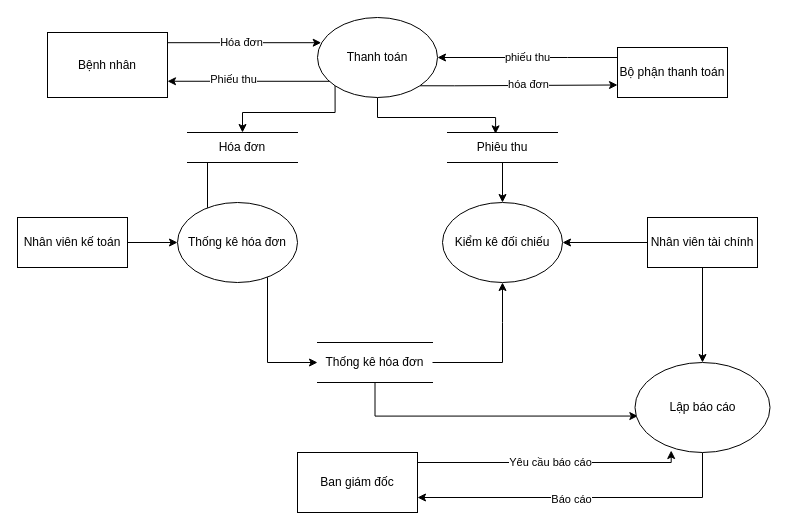
This is DuoiDinh_TaiChinhKeToan.drawio from Nhatran241/HTTT, a draw.io file, before an edit. Source tidied: cells renumbered, new cells numbered last; positions are measured from the earlier drawing's top-left corner, leaving out a move shared by most shapes. Both pictures are drawn from the tidied source at 100%, with x=0, y=0 at pixel (17, 17).
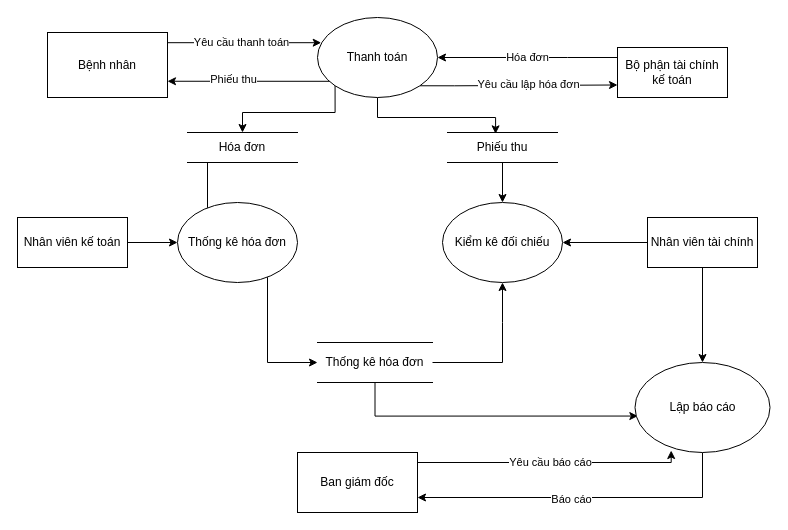
The same diagram, later.

Unchanged cells that the change refers to:
```xml
<mxCell id="3" value="Bệnh nhân" style="rounded=0;whiteSpace=wrap;html=1;" parent="1" vertex="1">
  <mxGeometry x="30" y="15" width="120" height="65" as="geometry" />
</mxCell>
<mxCell id="4" style="edgeStyle=orthogonalEdgeStyle;rounded=0;jettySize=auto;html=1;exitX=1;exitY=1;exitDx=0;exitDy=0;entryX=0;entryY=0.75;entryDx=0;entryDy=0;" parent="1" edge="1" source="10" target="12">
  <mxGeometry relative="1" as="geometry">
    <Array as="points">
      <mxPoint x="437" y="68" />
      <mxPoint x="518" y="68" />
    </Array>
  </mxGeometry>
</mxCell>
<mxCell id="10" value="Thanh toán" style="ellipse;whiteSpace=wrap;html=1;" parent="1" vertex="1">
  <mxGeometry x="300" width="120" height="80" as="geometry" />
</mxCell>
```

Change to the diagram source:
```diff
@@
-    <mxCell id="2" value="Hóa đơn" style="edgeStyle=orthogonalEdgeStyle;rounded=0;jettySize=auto;html=1;exitX=1;exitY=0.25;exitDx=0;exitDy=0;entryX=0.031;entryY=0.315;entryDx=0;entryDy=0;entryPerimeter=0;" parent="1" edge="1" source="3" target="10">
+    <mxCell id="2" value="Yêu cầu thanh toán" style="edgeStyle=orthogonalEdgeStyle;rounded=0;jettySize=auto;html=1;exitX=1;exitY=0.25;exitDx=0;exitDy=0;entryX=0.031;entryY=0.315;entryDx=0;entryDy=0;entryPerimeter=0;" parent="1" edge="1" source="3" target="10">
       <mxGeometry relative="1" as="geometry">
         <Array as="points">
           <mxPoint x="150" y="25" />
         </Array>
       </mxGeometry>
     </mxCell>
@@
-    <mxCell id="5" value="hóa đơn" style="edgeLabel;html=1;align=center;verticalAlign=middle;" parent="4" vertex="1">
+    <mxCell id="5" value="Yêu cầu lập hóa đơn" style="edgeLabel;html=1;align=center;verticalAlign=middle;" parent="4" vertex="1">
       <mxGeometry x="0.09" y="1" relative="1" as="geometry" />
     </mxCell>
@@
-    <mxCell id="11" value="phiếu thu" style="edgeStyle=orthogonalEdgeStyle;rounded=0;jettySize=auto;html=1;entryX=1;entryY=0.5;entryDx=0;entryDy=0;" parent="1" edge="1" source="12" target="10">
+    <mxCell id="11" value="Hóa đơn" style="edgeStyle=orthogonalEdgeStyle;rounded=0;jettySize=auto;html=1;entryX=1;entryY=0.5;entryDx=0;entryDy=0;" parent="1" edge="1" source="12" target="10">
       <mxGeometry relative="1" as="geometry">
         <Array as="points">
           <mxPoint x="550" y="40" />
           <mxPoint x="550" y="40" />
         </Array>
       </mxGeometry>
     </mxCell>
-    <mxCell id="12" value="Bộ phận thanh toán" style="rounded=0;whiteSpace=wrap;html=1;" parent="1" vertex="1">
+    <mxCell id="12" value="Bộ phận tài chính kế toán" style="rounded=0;whiteSpace=wrap;html=1;" parent="1" vertex="1">
       <mxGeometry x="600" y="30" width="110" height="50" as="geometry" />
     </mxCell>
@@
-    <mxCell id="14" value="Phiêu thu" style="shape=partialRectangle;whiteSpace=wrap;html=1;left=0;right=0;fillColor=none;" parent="1" vertex="1">
+    <mxCell id="14" value="Phiếu thu" style="shape=partialRectangle;whiteSpace=wrap;html=1;left=0;right=0;fillColor=none;" parent="1" vertex="1">
       <mxGeometry x="430" y="115" width="110" height="30" as="geometry" />
     </mxCell>
```
